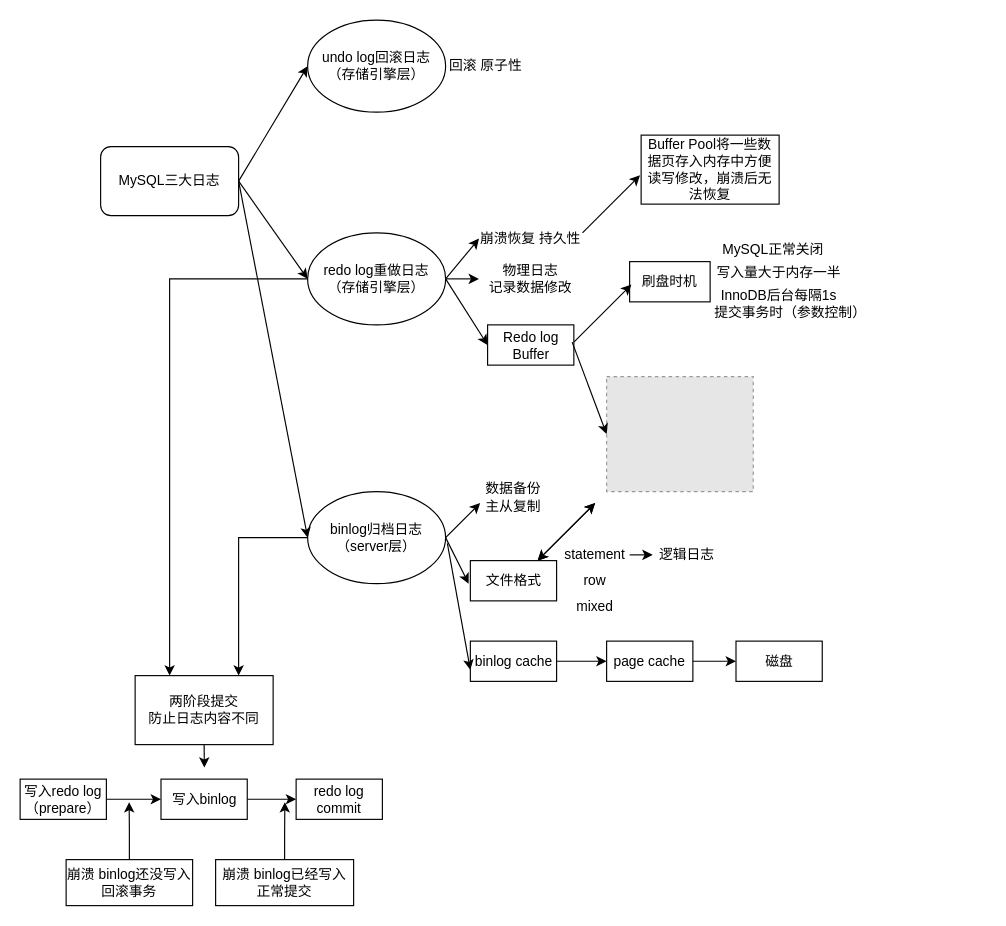
Above: MySQL日志.drawio in 1155200424/diagrams (draw.io), before the change. Source tidied: cells renumbered, new cells numbered last; positions are measured from the earlier drawing's top-left corner, leaving out a move shared by most shapes. Both pictures are drawn from the tidied source at 115%, with x=0, y=0 at pixel (20, 20). Pictures stored in the file or linked from it are replaced by grey dashed boxes.
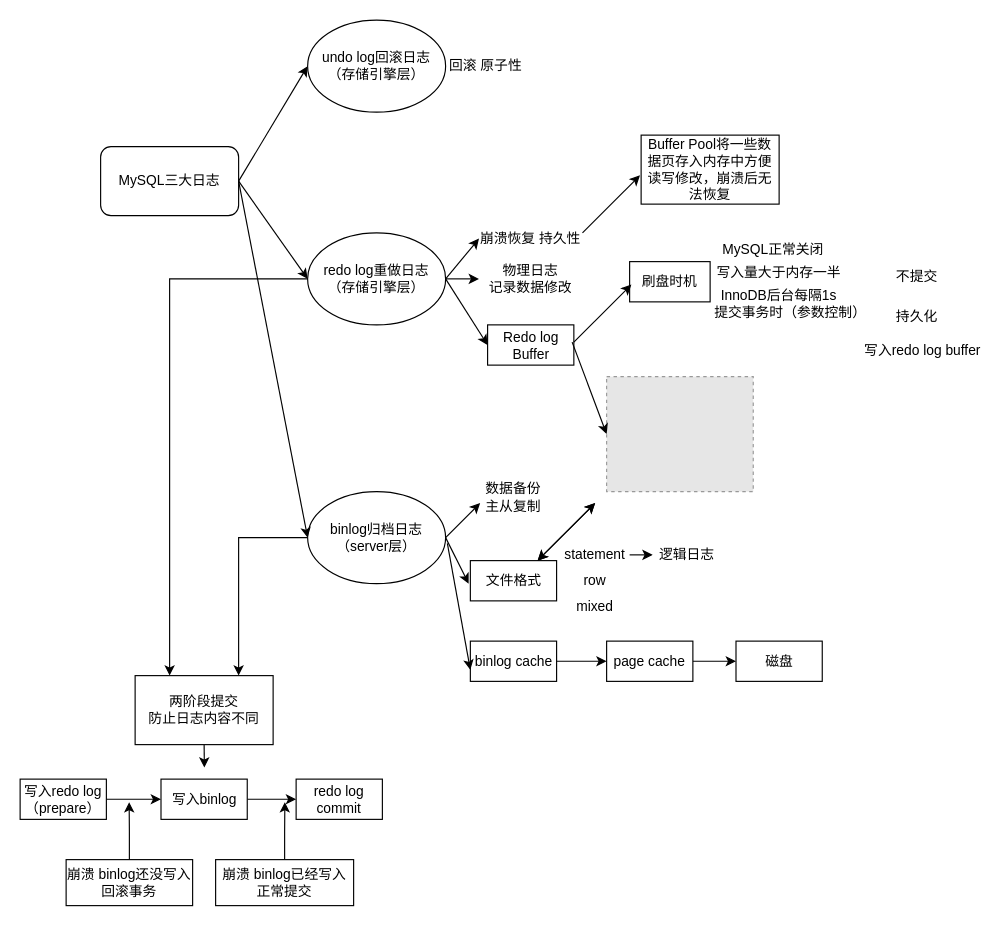
Above is the later version.

Change to the diagram source:
```diff
@@
+    <mxCell id="56" value="不提交" style="text;html=1;align=center;verticalAlign=middle;whiteSpace=wrap;rounded=0;" parent="1" vertex="1">
+      <mxGeometry x="750" y="207.5" width="60" height="30" as="geometry" />
+    </mxCell>
+    <mxCell id="57" value="持久化" style="text;html=1;align=center;verticalAlign=middle;whiteSpace=wrap;rounded=0;" parent="1" vertex="1">
+      <mxGeometry x="750" y="242.5" width="60" height="30" as="geometry" />
+    </mxCell>
+    <mxCell id="58" value="写入redo log buffer" style="text;html=1;align=center;verticalAlign=middle;whiteSpace=wrap;rounded=0;" parent="1" vertex="1">
+      <mxGeometry x="730" y="272.5" width="110" height="30" as="geometry" />
+    </mxCell>
```
